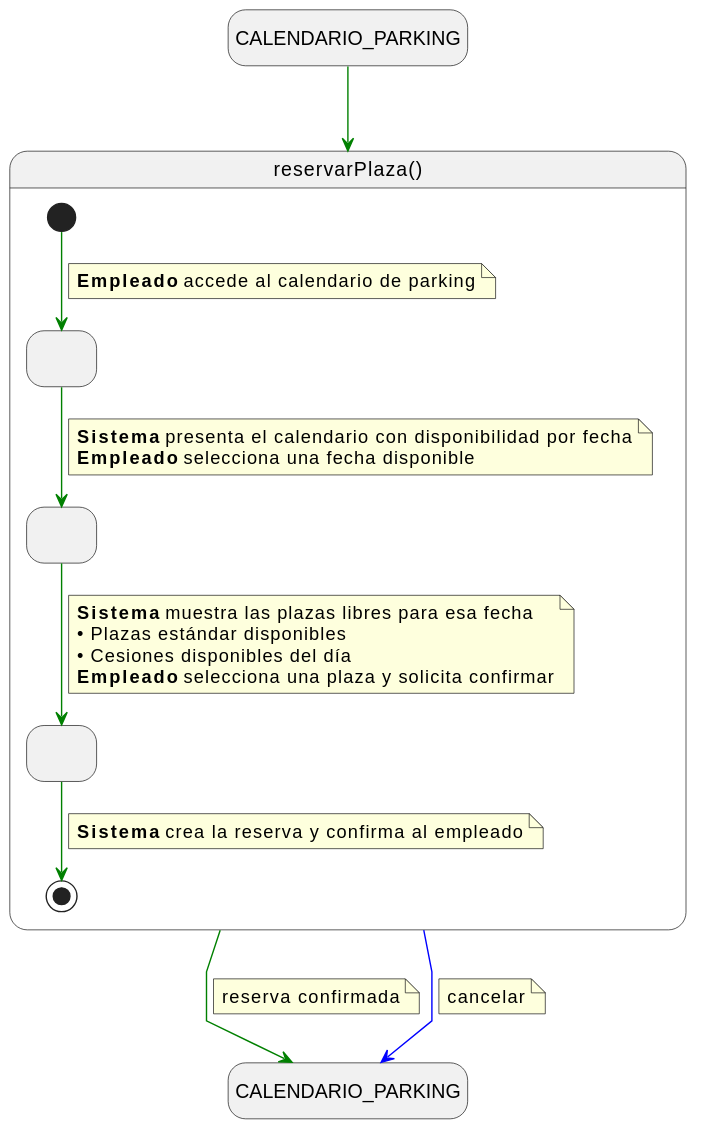
The PlantUML diagram modelosUML/svg/cuReservarPlaza.svg in lostal/seven-suite, before a commit.
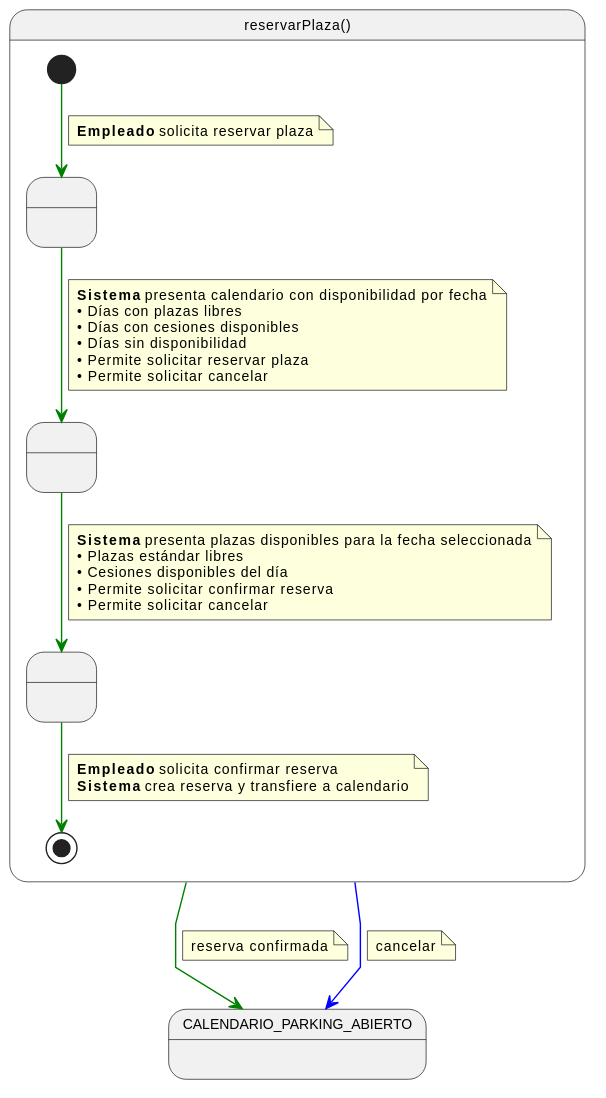
The same file after the commit.

What changed in the source:
```diff
@@ -1,48 +1,50 @@
 @startuml
 skinparam linetype polyline
-hide empty description
-
-state "CALENDARIO_PARKING" as VistaParkingInicio
-state "CALENDARIO_PARKING" as VistaParkingFin
-
-VistaParkingInicio -[#green]-> reservarPlaza
+skinparam defaultFontName Arial
+skinparam defaultFontSize 10
 
 state reservarPlaza as "reservarPlaza()" {
-  state " " as SeleccionandoFecha
-  state " " as SeleccionandoPlaza
-  state " " as ConfirmandoReserva
+  state " " as SolicitandoPlaza
+  state " " as ProporcionandoDatos
+  state " " as ReservaCreada
 
-  [*] -[#green]-> SeleccionandoFecha
+  [*] -[#green]-> SolicitandoPlaza
   note on link
-    <b>Empleado</b> accede al calendario de parking
+    <b>Empleado</b> solicita reservar plaza
   end note
 
-  SeleccionandoFecha -[#green]-> SeleccionandoPlaza
+  SolicitandoPlaza -[#green]-> ProporcionandoDatos
   note on link
-    <b>Sistema</b> presenta el calendario con disponibilidad por fecha
-    <b>Empleado</b> selecciona una fecha disponible
+    <b>Sistema</b> presenta calendario con disponibilidad por fecha
+    • Días con plazas libres
+    • Días con cesiones disponibles
+    • Días sin disponibilidad
+    • Permite solicitar reservar plaza
+    • Permite solicitar cancelar
   end note
 
-  SeleccionandoPlaza -[#green]-> ConfirmandoReserva
+  ProporcionandoDatos -[#green]-> ReservaCreada
   note on link
-    <b>Sistema</b> muestra las plazas libres para esa fecha
-    • Plazas estándar disponibles
+    <b>Sistema</b> presenta plazas disponibles para la fecha seleccionada
+    • Plazas estándar libres
     • Cesiones disponibles del día
-    <b>Empleado</b> selecciona una plaza y solicita confirmar
+    • Permite solicitar confirmar reserva
+    • Permite solicitar cancelar
   end note
 
-  ConfirmandoReserva -[#green]-> [*]
+  ReservaCreada -[#green]-> [*]
   note on link
-    <b>Sistema</b> crea la reserva y confirma al empleado
+    <b>Empleado</b> solicita confirmar reserva
+    <b>Sistema</b> crea reserva y transfiere a calendario
   end note
 }
 
-reservarPlaza -[#green]-> VistaParkingFin
+reservarPlaza -[#green]-> CALENDARIO_PARKING_ABIERTO
 note on link
   reserva confirmada
 end note
 
-reservarPlaza -[#blue]-> VistaParkingFin
+reservarPlaza -[#blue]-> CALENDARIO_PARKING_ABIERTO
 note on link
   cancelar
 end note
```
